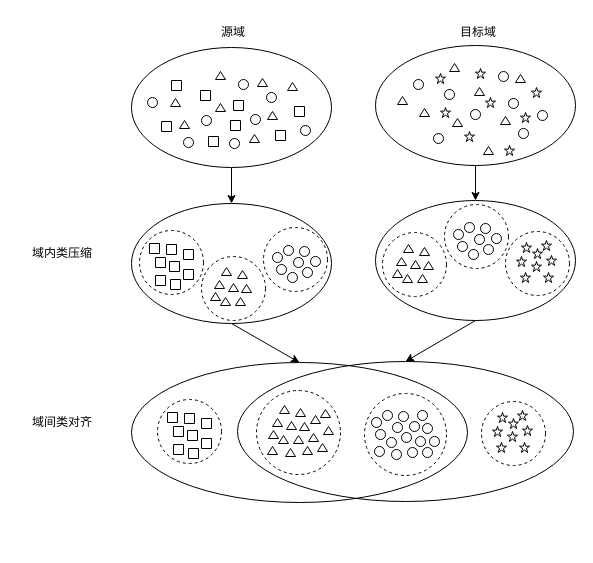
Before: motivationalExample.drawio in sunray42/diagrams, a draw.io diagram. Source tidied: cells renumbered, new cells numbered last; positions are measured from the earlier drawing's top-left corner, leaving out a move shared by most shapes. Both pictures are drawn from the tidied source at 100%, with x=0, y=0 at pixel (17, 17).
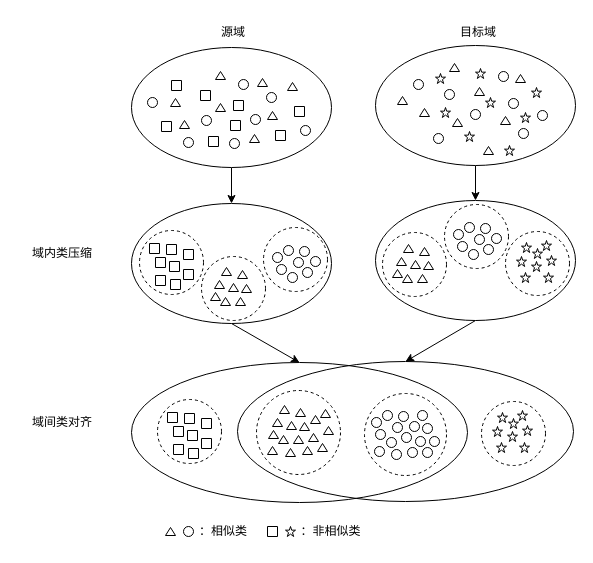
Above is the later version.

Change to the diagram source:
```diff
@@
+    <mxCell id="170" style="verticalLabelPosition=bottom;verticalAlign=top;html=1;shape=mxgraph.basic.acute_triangle;dx=0.5;" parent="1" vertex="1">
+      <mxGeometry x="148" y="510" width="10" height="8" as="geometry" />
+    </mxCell>
+    <mxCell id="171" style="ellipse;whiteSpace=wrap;html=1;" parent="1" vertex="1">
+      <mxGeometry x="166" y="509" width="10" height="10" as="geometry" />
+    </mxCell>
+    <mxCell id="172" value="：相似类" style="text;html=1;strokeColor=none;fillColor=none;align=center;verticalAlign=middle;whiteSpace=wrap;rounded=0;shadow=0;" parent="1" vertex="1">
+      <mxGeometry x="176" y="499" width="60" height="30" as="geometry" />
+    </mxCell>
+    <mxCell id="173" style="verticalLabelPosition=bottom;verticalAlign=top;html=1;shape=mxgraph.basic.rect;fillColor2=none;strokeWidth=1;size=20;indent=5;" parent="1" vertex="1">
+      <mxGeometry x="250" y="509" width="10" height="10" as="geometry" />
+    </mxCell>
+    <mxCell id="174" style="verticalLabelPosition=bottom;verticalAlign=top;html=1;shape=mxgraph.basic.star;shadow=0;" parent="1" vertex="1">
+      <mxGeometry x="268" y="509" width="10" height="10" as="geometry" />
+    </mxCell>
+    <mxCell id="175" value="：非相似类" style="text;html=1;strokeColor=none;fillColor=none;align=center;verticalAlign=middle;whiteSpace=wrap;rounded=0;shadow=0;" parent="1" vertex="1">
+      <mxGeometry x="277" y="499" width="73" height="30" as="geometry" />
+    </mxCell>
```
